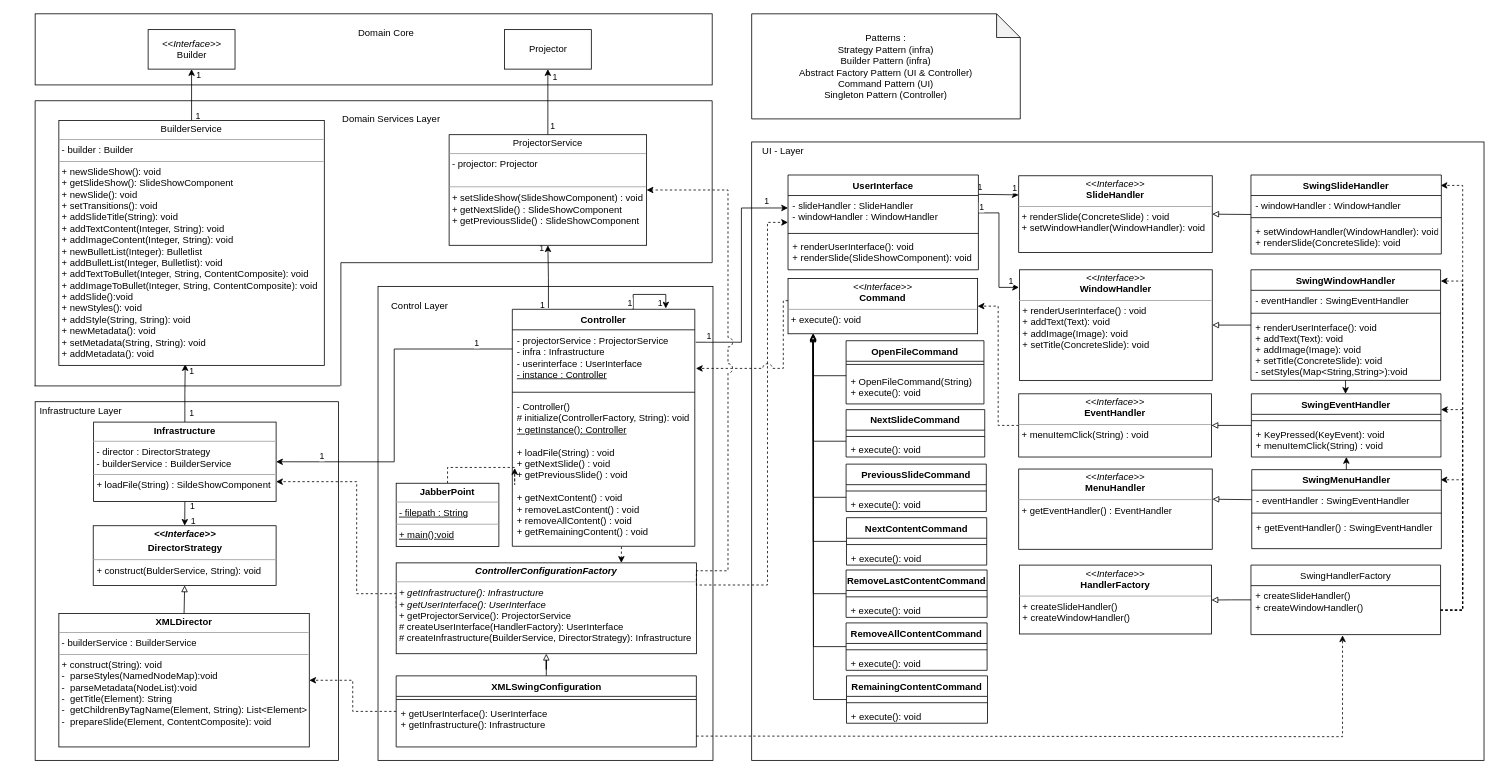
Earlier version of the draw.io diagram Diagrams/NewDesign/Design with feature/LayersDesignFeatureRequest.drawio (maartendekker1998/OU_jabberpoint). Source tidied: cells renumbered, new cells numbered last; positions are measured from the earlier drawing's top-left corner, leaving out a move shared by most shapes. Both pictures are drawn from the tidied source at 79%, with x=0, y=0 at pixel (13, 13).
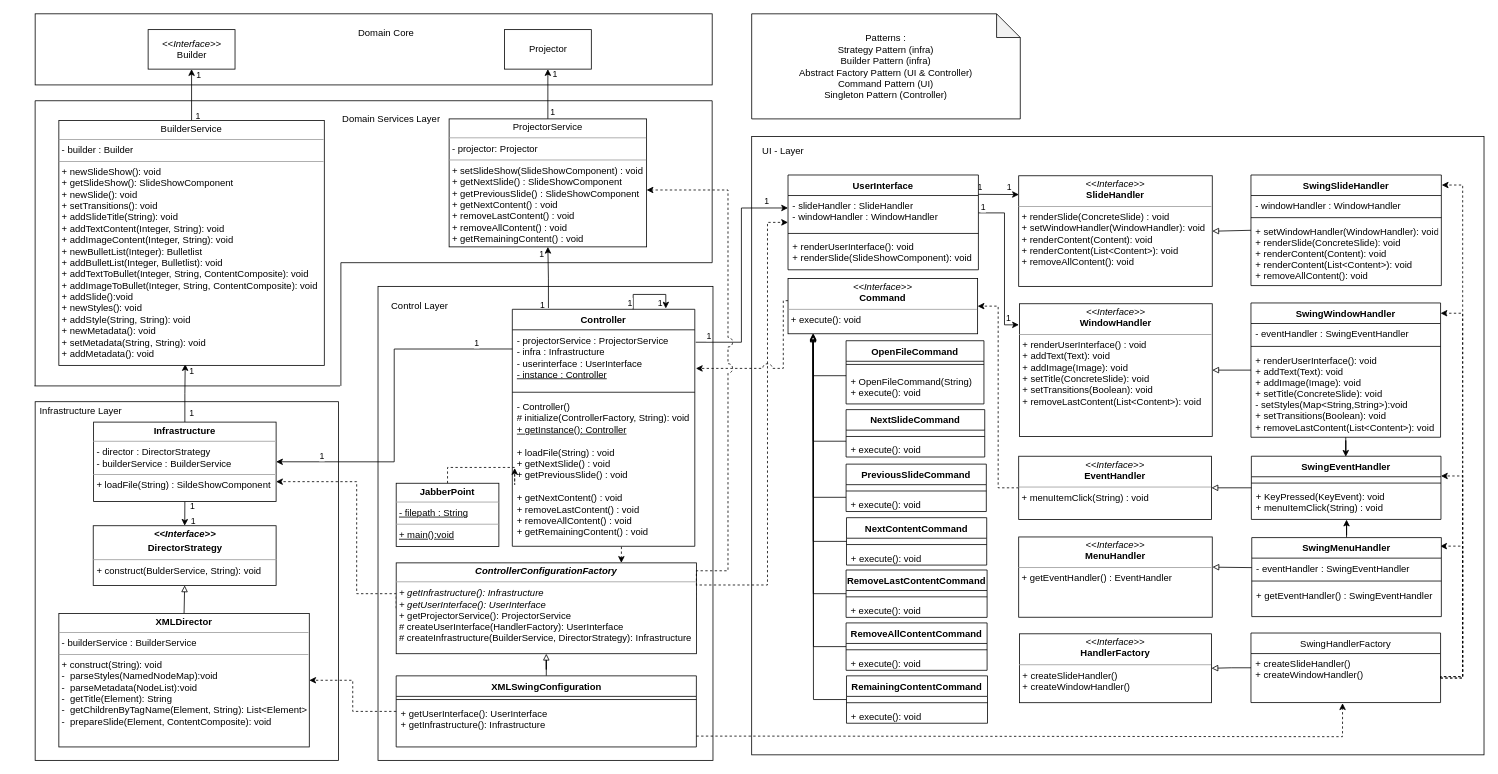
After the change.

Unchanged cells that the change refers to:
```xml
<mxCell id="12" style="edgeStyle=orthogonalEdgeStyle;rounded=0;jettySize=auto;html=1;entryX=0.5;entryY=1;entryDx=0;entryDy=0;endArrow=classic;endFill=1;exitX=0.198;exitY=-0.005;exitDx=0;exitDy=0;exitPerimeter=0;" parent="1" edge="1" source="15" target="27">
  <mxGeometry relative="1" as="geometry" />
</mxCell>
<mxCell id="36" value="- slideHandler : SlideHandler&#10;- windowHandler : WindowHandler" style="text;strokeColor=none;fillColor=none;align=left;verticalAlign=top;spacingLeft=4;spacingRight=4;overflow=hidden;points=[[0,0.5],[1,0.5]];portConstraint=eastwest;" parent="35" vertex="1">
  <mxGeometry y="26" width="241" height="44" as="geometry" />
</mxCell>
<mxCell id="44" value="+ KeyPressed(KeyEvent): void&#10;+ menuItemClick(String) : void" style="text;strokeColor=none;fillColor=none;align=left;verticalAlign=top;spacingLeft=4;spacingRight=4;overflow=hidden;points=[[0,0.5],[1,0.5]];portConstraint=eastwest;" parent="41" vertex="1">
  <mxGeometry y="38" width="240" height="42" as="geometry" />
</mxCell>
<mxCell id="77" value="+ createSlideHandler()&#10;+ createWindowHandler()" style="text;strokeColor=none;fillColor=none;align=left;verticalAlign=top;spacingLeft=4;spacingRight=4;overflow=hidden;points=[[0,0.5],[1,0.5]];portConstraint=eastwest;" parent="76" vertex="1">
  <mxGeometry y="26" width="240" height="62" as="geometry" />
</mxCell>
<mxCell id="89" value="&lt;p style=&quot;margin:0px;margin-top:4px;text-align:center;&quot;&gt;&lt;b&gt;&lt;i&gt;ControllerConfigurationFactory&lt;/i&gt;&lt;/b&gt;&lt;/p&gt;&lt;hr size=&quot;1&quot;&gt;&lt;p style=&quot;margin:0px;margin-left:4px;&quot;&gt;&lt;/p&gt;&lt;p style=&quot;margin:0px;margin-left:4px;&quot;&gt;&lt;i&gt;+ getInfrastructure(): Infrastructure&lt;/i&gt;&lt;/p&gt;&lt;p style=&quot;margin:0px;margin-left:4px;&quot;&gt;&lt;i&gt;+ getUserInterface(): UserInterface&lt;/i&gt;&lt;/p&gt;&lt;p style=&quot;margin:0px;margin-left:4px;&quot;&gt;+ getProjectorService(): ProjectorService&lt;/p&gt;&lt;p style=&quot;margin:0px;margin-left:4px;&quot;&gt;# createUserInterface(HandlerFactory): UserInterface&lt;/p&gt;&lt;p style=&quot;margin:0px;margin-left:4px;&quot;&gt;# createInfrastructure(BuilderService, DirectorStrategy): Infrastructure&lt;/p&gt;" style="verticalAlign=top;align=left;overflow=fill;fontSize=12;fontFamily=Helvetica;html=1;" parent="1" vertex="1">
  <mxGeometry x="484" y="695" width="380" height="115" as="geometry" />
</mxCell>
```

The edit, as a diff of the source:
```diff
@@
     <mxCell id="3" style="rounded=0;whiteSpace=wrap;html=1;" parent="1" vertex="1">
-      <mxGeometry x="934" y="162.2" width="927" height="782.8" as="geometry" />
+      <mxGeometry x="934" y="155.2" width="927" height="782.8" as="geometry" />
     </mxCell>
@@
     <mxCell id="14" value="1" style="edgeLabel;html=1;align=center;verticalAlign=middle;" parent="12" vertex="1">
       <mxGeometry x="0.46" y="-1" relative="1" as="geometry">
-        <mxPoint x="-10" y="-18" as="offset" />
+        <mxPoint x="-10" y="-13" as="offset" />
       </mxGeometry>
     </mxCell>
@@
-    <mxCell id="27" value="&lt;p style=&quot;margin:0px;margin-top:4px;text-align:center;&quot;&gt;ProjectorService&lt;/p&gt;&lt;hr size=&quot;1&quot;&gt;&lt;p style=&quot;margin:0px;margin-left:4px;&quot;&gt;- projector: Projector&lt;/p&gt;&lt;p style=&quot;margin:0px;margin-left:4px;&quot;&gt;&lt;br&gt;&lt;/p&gt;&lt;hr size=&quot;1&quot;&gt;&lt;p style=&quot;margin:0px;margin-left:4px;&quot;&gt;+ setSlideShow(SlideShowComponent) : void&lt;/p&gt;&lt;p style=&quot;margin:0px;margin-left:4px;&quot;&gt;+ getNextSlide() : SlideShowComponent&lt;/p&gt;&lt;p style=&quot;margin:0px;margin-left:4px;&quot;&gt;+ getPreviousSlide() : SlideShowComponent&lt;/p&gt;" style="verticalAlign=top;align=left;overflow=fill;fontSize=12;fontFamily=Helvetica;html=1;" parent="1" vertex="1">
-      <mxGeometry x="551" y="153" width="250" height="140" as="geometry" />
+    <mxCell id="27" value="&lt;p style=&quot;margin:0px;margin-top:4px;text-align:center;&quot;&gt;ProjectorService&lt;/p&gt;&lt;hr size=&quot;1&quot;&gt;&lt;p style=&quot;margin:0px;margin-left:4px;&quot;&gt;- projector: Projector&lt;/p&gt;&lt;hr size=&quot;1&quot;&gt;&lt;p style=&quot;margin:0px;margin-left:4px;&quot;&gt;+ setSlideShow(SlideShowComponent) : void&lt;/p&gt;&lt;p style=&quot;margin:0px;margin-left:4px;&quot;&gt;+ getNextSlide() : SlideShowComponent&lt;/p&gt;&lt;p style=&quot;margin:0px;margin-left:4px;&quot;&gt;+ getPreviousSlide() : SlideShowComponent&lt;/p&gt;&lt;p style=&quot;margin:0px;margin-left:4px;&quot;&gt;+ getNextContent() : void&lt;br&gt;+ removeLastContent() : void&lt;br&gt;+ removeAllContent() : void&lt;br&gt;+ getRemainingContent() : void&lt;br&gt;&lt;/p&gt;" style="verticalAlign=top;align=left;overflow=fill;fontSize=12;fontFamily=Helvetica;html=1;" parent="1" vertex="1">
+      <mxGeometry x="551" y="133" width="250" height="162" as="geometry" />
     </mxCell>
@@
-    <mxCell id="32" style="edgeStyle=orthogonalEdgeStyle;rounded=0;jumpStyle=arc;jumpSize=10;jettySize=auto;html=1;entryX=0;entryY=0.25;entryDx=0;entryDy=0;startArrow=none;startFill=0;endArrow=classic;endFill=1;exitX=0.996;exitY=-0.034;exitDx=0;exitDy=0;exitPerimeter=0;" parent="1" edge="1" source="36" target="83">
+    <mxCell id="32" style="edgeStyle=orthogonalEdgeStyle;rounded=0;jumpStyle=arc;jumpSize=10;jettySize=auto;html=1;entryX=0.001;entryY=0.17;entryDx=0;entryDy=0;startArrow=none;startFill=0;endArrow=classic;endFill=1;exitX=0.996;exitY=-0.034;exitDx=0;exitDy=0;exitPerimeter=0;entryPerimeter=0;" parent="1" edge="1" source="36" target="83">
       <mxGeometry relative="1" as="geometry" />
     </mxCell>
@@
     <mxCell id="34" value="1" style="edgeLabel;html=1;align=center;verticalAlign=middle;" parent="32" vertex="1">
       <mxGeometry x="0.65" relative="1" as="geometry">
-        <mxPoint x="3" y="-9" as="offset" />
+        <mxPoint x="-3" y="-9" as="offset" />
       </mxGeometry>
     </mxCell>
@@
     <mxCell id="41" value="SwingEventHandler" style="swimlane;fontStyle=1;align=center;verticalAlign=top;horizontal=1;startSize=26;" parent="1" vertex="1">
-      <mxGeometry x="1566.5" y="481" width="240" height="80" as="geometry" />
+      <mxGeometry x="1566.5" y="560" width="240" height="80" as="geometry" />
     </mxCell>
@@
-    <mxCell id="52" style="edgeStyle=orthogonalEdgeStyle;rounded=0;jumpStyle=arc;jumpSize=12;jettySize=auto;html=1;startArrow=none;startFill=0;endArrow=classic;endFill=1;entryX=0.833;entryY=0.466;entryDx=0;entryDy=0;entryPerimeter=0;exitX=0.499;exitY=0.998;exitDx=0;exitDy=0;exitPerimeter=0;" parent="1" edge="1" source="56">
-      <mxGeometry relative="1" as="geometry">
-        <mxPoint x="1685.7" y="481.1" as="targetPoint" />
-      </mxGeometry>
-    </mxCell>
+    <mxCell id="149" style="edgeStyle=orthogonalEdgeStyle;rounded=0;jettySize=auto;html=1;entryX=0.498;entryY=0.008;entryDx=0;entryDy=0;entryPerimeter=0;" parent="1" edge="1" source="53" target="41">
+      <mxGeometry relative="1" as="geometry" />
+    </mxCell>
     <mxCell id="53" value="SwingWindowHandler" style="swimlane;fontStyle=1;align=center;verticalAlign=top;horizontal=1;startSize=26;" parent="1" vertex="1">
-      <mxGeometry x="1566" y="324" width="240" height="140" as="geometry" />
+      <mxGeometry x="1566" y="366" width="240" height="170" as="geometry" />
     </mxCell>
@@
-    <mxCell id="56" value="+ renderUserInterface(): void&#10;+ addText(Text): void&#10;+ addImage(Image): void&#10;+ setTitle(ConcreteSlide): void&#10;- setStyles(Map&lt;String,String&gt;):void&#10;&#10;" style="text;strokeColor=none;fillColor=none;align=left;verticalAlign=top;spacingLeft=4;spacingRight=4;overflow=hidden;points=[[0,0.5],[1,0.5]];portConstraint=eastwest;" parent="53" vertex="1">
-      <mxGeometry y="60" width="240" height="80" as="geometry" />
+    <mxCell id="56" value="+ renderUserInterface(): void&#10;+ addText(Text): void&#10;+ addImage(Image): void&#10;+ setTitle(ConcreteSlide): void&#10;- setStyles(Map&lt;String,String&gt;):void&#10;+ setTransitions(Boolean): void&#10;+ removeLastContent(List&lt;Content&gt;): void&#10;" style="text;strokeColor=none;fillColor=none;align=left;verticalAlign=top;spacingLeft=4;spacingRight=4;overflow=hidden;points=[[0,0.5],[1,0.5]];portConstraint=eastwest;" parent="53" vertex="1">
+      <mxGeometry y="60" width="240" height="110" as="geometry" />
     </mxCell>
@@
     <mxCell id="70" value="&lt;p style=&quot;margin:0px;margin-top:4px;text-align:center;&quot;&gt;&lt;i&gt;&amp;lt;&amp;lt;Interface&amp;gt;&amp;gt;&lt;/i&gt;&lt;br&gt;&lt;b&gt;HandlerFactory&lt;/b&gt;&lt;/p&gt;&lt;hr size=&quot;1&quot;&gt;&lt;p style=&quot;margin:0px;margin-left:4px;&quot;&gt;&lt;span style=&quot;background-color: initial;&quot;&gt;+ createSlideHandler()&lt;/span&gt;&lt;br&gt;&lt;/p&gt;&lt;p style=&quot;margin:0px;margin-left:4px;&quot;&gt;+ createWindowHandler()&lt;/p&gt;" style="verticalAlign=top;align=left;overflow=fill;fontSize=12;fontFamily=Helvetica;html=1;" parent="1" vertex="1">
-      <mxGeometry x="1273" y="697.8" width="243" height="87.2" as="geometry" />
+      <mxGeometry x="1273" y="784.8" width="243" height="87.2" as="geometry" />
     </mxCell>
-    <mxCell id="71" style="edgeStyle=orthogonalEdgeStyle;rounded=0;jettySize=auto;html=1;endArrow=block;endFill=0;" parent="1" edge="1" source="76">
-      <mxGeometry relative="1" as="geometry">
-        <mxPoint x="1516" y="742" as="targetPoint" />
-      </mxGeometry>
+    <mxCell id="71" style="edgeStyle=orthogonalEdgeStyle;rounded=0;jettySize=auto;html=1;endArrow=block;endFill=0;" parent="1" edge="1" source="76" target="70">
+      <mxGeometry relative="1" as="geometry" />
     </mxCell>
-    <mxCell id="72" style="edgeStyle=orthogonalEdgeStyle;rounded=0;jumpStyle=none;jumpSize=12;jettySize=auto;html=1;entryX=0.996;entryY=0.128;entryDx=0;entryDy=0;entryPerimeter=0;startArrow=none;startFill=0;endArrow=classic;endFill=1;exitX=1;exitY=0.5;exitDx=0;exitDy=0;dashed=1;" parent="1" edge="1" source="77" target="104">
+    <mxCell id="72" style="edgeStyle=orthogonalEdgeStyle;rounded=0;jumpStyle=none;jumpSize=12;jettySize=auto;html=1;entryX=0.994;entryY=0.108;entryDx=0;entryDy=0;entryPerimeter=0;startArrow=none;startFill=0;endArrow=classic;endFill=1;exitX=1;exitY=0.5;exitDx=0;exitDy=0;dashed=1;" parent="1" edge="1" source="77" target="104">
       <mxGeometry relative="1" as="geometry">
         <Array as="points">
-          <mxPoint x="1834" y="755" />
-          <mxPoint x="1834" y="590" />
+          <mxPoint x="1806" y="839" />
+          <mxPoint x="1834" y="839" />
+          <mxPoint x="1834" y="674" />
         </Array>
       </mxGeometry>
     </mxCell>
-    <mxCell id="73" style="edgeStyle=orthogonalEdgeStyle;rounded=0;jumpStyle=none;jumpSize=12;jettySize=auto;html=1;entryX=1;entryY=0.25;entryDx=0;entryDy=0;dashed=1;startArrow=none;startFill=0;endArrow=classic;endFill=1;exitX=1;exitY=0.5;exitDx=0;exitDy=0;" parent="1" edge="1" source="77" target="41">
+    <mxCell id="73" style="edgeStyle=orthogonalEdgeStyle;rounded=0;jumpStyle=none;jumpSize=12;jettySize=auto;html=1;dashed=1;startArrow=none;startFill=0;endArrow=classic;endFill=1;exitX=1;exitY=0.5;exitDx=0;exitDy=0;" parent="1" edge="1" source="77" target="41">
       <mxGeometry relative="1" as="geometry">
         <Array as="points">
-          <mxPoint x="1834" y="755" />
-          <mxPoint x="1834" y="501" />
+          <mxPoint x="1806" y="839" />
+          <mxPoint x="1834" y="839" />
+          <mxPoint x="1834" y="585" />
         </Array>
       </mxGeometry>
     </mxCell>
-    <mxCell id="74" style="edgeStyle=orthogonalEdgeStyle;rounded=0;jumpStyle=none;jumpSize=12;jettySize=auto;html=1;entryX=1.001;entryY=0.102;entryDx=0;entryDy=0;entryPerimeter=0;dashed=1;startArrow=none;startFill=0;endArrow=classic;endFill=1;exitX=1;exitY=0.5;exitDx=0;exitDy=0;" parent="1" edge="1" source="77" target="53">
+    <mxCell id="74" style="edgeStyle=orthogonalEdgeStyle;rounded=0;jumpStyle=none;jumpSize=12;jettySize=auto;html=1;dashed=1;startArrow=none;startFill=0;endArrow=classic;endFill=1;exitX=1;exitY=0.5;exitDx=0;exitDy=0;" parent="1" edge="1" source="77">
       <mxGeometry relative="1" as="geometry">
+        <mxPoint x="1806" y="379" as="targetPoint" />
         <Array as="points">
-          <mxPoint x="1834" y="755" />
-          <mxPoint x="1834" y="338" />
+          <mxPoint x="1834" y="841" />
+          <mxPoint x="1834" y="379" />
         </Array>
       </mxGeometry>
     </mxCell>
-    <mxCell id="75" style="edgeStyle=orthogonalEdgeStyle;rounded=0;jumpStyle=none;jumpSize=12;jettySize=auto;html=1;entryX=0.996;entryY=0.132;entryDx=0;entryDy=0;entryPerimeter=0;dashed=1;startArrow=none;startFill=0;endArrow=classic;endFill=1;exitX=1;exitY=0.5;exitDx=0;exitDy=0;" parent="1" edge="1" source="77" target="98">
+    <mxCell id="75" style="edgeStyle=orthogonalEdgeStyle;rounded=0;jumpStyle=none;jumpSize=12;jettySize=auto;html=1;entryX=1.002;entryY=0.091;entryDx=0;entryDy=0;entryPerimeter=0;dashed=1;startArrow=none;startFill=0;endArrow=classic;endFill=1;exitX=1;exitY=0.5;exitDx=0;exitDy=0;" parent="1" edge="1" source="77" target="98">
       <mxGeometry relative="1" as="geometry">
         <Array as="points">
-          <mxPoint x="1834" y="755" />
+          <mxPoint x="1834" y="841" />
           <mxPoint x="1834" y="217" />
         </Array>
       </mxGeometry>
     </mxCell>
     <mxCell id="76" value="SwingHandlerFactory" style="swimlane;fontStyle=0;horizontal=1;startSize=26;fillColor=none;" parent="1" vertex="1">
-      <mxGeometry x="1566" y="697.8" width="240" height="88" as="geometry" />
+      <mxGeometry x="1566" y="783.8" width="240" height="88" as="geometry" />
     </mxCell>
@@
-    <mxCell id="82" value="&lt;p style=&quot;margin:0px;margin-top:4px;text-align:center;&quot;&gt;&lt;i&gt;&amp;lt;&amp;lt;Interface&amp;gt;&amp;gt;&lt;/i&gt;&lt;br&gt;&lt;b&gt;WindowHandler&lt;/b&gt;&lt;/p&gt;&lt;hr size=&quot;1&quot;&gt;&lt;p style=&quot;margin:0px;margin-left:4px;&quot;&gt;+ renderUserInterface() : void&lt;/p&gt;&lt;p style=&quot;margin:0px;margin-left:4px;&quot;&gt;+ addText(Text): void&lt;/p&gt;&lt;p style=&quot;margin:0px;margin-left:4px;&quot;&gt;+ addImage(Image): void&lt;/p&gt;&lt;p style=&quot;margin:0px;margin-left:4px;&quot;&gt;+ setTitle(ConcreteSlide): void&lt;/p&gt;&lt;p style=&quot;margin:0px;margin-left:4px;&quot;&gt;&lt;br&gt;&lt;/p&gt;" style="verticalAlign=top;align=left;overflow=fill;fontSize=12;fontFamily=Helvetica;html=1;" parent="1" vertex="1">
-      <mxGeometry x="1273" y="324" width="244" height="140" as="geometry" />
+    <mxCell id="82" value="&lt;p style=&quot;margin:0px;margin-top:4px;text-align:center;&quot;&gt;&lt;i&gt;&amp;lt;&amp;lt;Interface&amp;gt;&amp;gt;&lt;/i&gt;&lt;br&gt;&lt;b&gt;WindowHandler&lt;/b&gt;&lt;/p&gt;&lt;hr size=&quot;1&quot;&gt;&lt;p style=&quot;margin:0px;margin-left:4px;&quot;&gt;+ renderUserInterface() : void&lt;/p&gt;&lt;p style=&quot;margin:0px;margin-left:4px;&quot;&gt;+ addText(Text): void&lt;/p&gt;&lt;p style=&quot;margin:0px;margin-left:4px;&quot;&gt;+ addImage(Image): void&lt;/p&gt;&lt;p style=&quot;margin:0px;margin-left:4px;&quot;&gt;+ setTitle(ConcreteSlide): void&lt;/p&gt;&lt;p style=&quot;margin:0px;margin-left:4px;&quot;&gt;+ setTransitions(Boolean): void&lt;/p&gt;&lt;p style=&quot;margin:0px;margin-left:4px;&quot;&gt;+ removeLastContent(List&amp;lt;Content&amp;gt;): void&lt;/p&gt;" style="verticalAlign=top;align=left;overflow=fill;fontSize=12;fontFamily=Helvetica;html=1;" parent="1" vertex="1">
+      <mxGeometry x="1273" y="367" width="244" height="168" as="geometry" />
     </mxCell>
-    <mxCell id="83" value="&lt;p style=&quot;margin:0px;margin-top:4px;text-align:center;&quot;&gt;&lt;i&gt;&amp;lt;&amp;lt;Interface&amp;gt;&amp;gt;&lt;/i&gt;&lt;br&gt;&lt;b&gt;SlideHandler&lt;/b&gt;&lt;/p&gt;&lt;hr size=&quot;1&quot;&gt;&lt;p style=&quot;margin:0px;margin-left:4px;&quot;&gt;+ renderSlide(ConcreteSlide) : void&lt;/p&gt;&lt;p style=&quot;margin:0px;margin-left:4px;&quot;&gt;+ setWindowHandler(WindowHandler): void&lt;/p&gt;&lt;p style=&quot;margin:0px;margin-left:4px;&quot;&gt;&lt;br&gt;&lt;/p&gt;" style="verticalAlign=top;align=left;overflow=fill;fontSize=12;fontFamily=Helvetica;html=1;" parent="1" vertex="1">
-      <mxGeometry x="1272" y="205" width="245" height="97" as="geometry" />
+    <mxCell id="83" value="&lt;p style=&quot;margin:0px;margin-top:4px;text-align:center;&quot;&gt;&lt;i&gt;&amp;lt;&amp;lt;Interface&amp;gt;&amp;gt;&lt;/i&gt;&lt;br&gt;&lt;b&gt;SlideHandler&lt;/b&gt;&lt;/p&gt;&lt;hr size=&quot;1&quot;&gt;&lt;p style=&quot;margin:0px;margin-left:4px;&quot;&gt;+ renderSlide(ConcreteSlide) : void&lt;/p&gt;&lt;p style=&quot;margin:0px;margin-left:4px;&quot;&gt;+ setWindowHandler(WindowHandler): void&lt;/p&gt;&lt;p style=&quot;margin:0px;margin-left:4px;&quot;&gt;+ renderContent(Content): void&lt;/p&gt;&lt;p style=&quot;margin:0px;margin-left:4px;&quot;&gt;+ renderContent(List&amp;lt;Content&amp;gt;): void&lt;/p&gt;&lt;p style=&quot;margin:0px;margin-left:4px;&quot;&gt;+ removeAllContent(): void&lt;/p&gt;" style="verticalAlign=top;align=left;overflow=fill;fontSize=12;fontFamily=Helvetica;html=1;" parent="1" vertex="1">
+      <mxGeometry x="1272" y="205" width="245" height="140" as="geometry" />
     </mxCell>
     <mxCell id="84" value="&lt;p style=&quot;margin:0px;margin-top:4px;text-align:center;&quot;&gt;&lt;i&gt;&amp;lt;&amp;lt;Interface&amp;gt;&amp;gt;&lt;/i&gt;&lt;br&gt;&lt;b&gt;EventHandler&lt;/b&gt;&lt;/p&gt;&lt;hr size=&quot;1&quot;&gt;&lt;p style=&quot;margin:0px;margin-left:4px;&quot;&gt;+ menuItemClick(String) : void&lt;/p&gt;" style="verticalAlign=top;align=left;overflow=fill;fontSize=12;fontFamily=Helvetica;html=1;" parent="1" vertex="1">
-      <mxGeometry x="1272" y="481" width="244" height="80" as="geometry" />
+      <mxGeometry x="1272" y="560" width="244" height="80" as="geometry" />
     </mxCell>
@@
     <mxCell id="98" value="SwingSlideHandler" style="swimlane;fontStyle=1;align=center;verticalAlign=top;horizontal=1;startSize=26;" parent="1" vertex="1">
-      <mxGeometry x="1566" y="204" width="241" height="100" as="geometry" />
+      <mxGeometry x="1566" y="204" width="241" height="140" as="geometry" />
     </mxCell>
@@
-    <mxCell id="101" value="+ setWindowHandler(WindowHandler): void&#10;+ renderSlide(ConcreteSlide): void" style="text;strokeColor=none;fillColor=none;align=left;verticalAlign=top;spacingLeft=4;spacingRight=4;overflow=hidden;" parent="98" vertex="1">
-      <mxGeometry y="58" width="241" height="42" as="geometry" />
+    <mxCell id="101" value="+ setWindowHandler(WindowHandler): void&#10;+ renderSlide(ConcreteSlide): void&#10;+ renderContent(Content): void&#10;+ renderContent(List&lt;Content&gt;): void&#10;+ removeAllContent(): void" style="text;strokeColor=none;fillColor=none;align=left;verticalAlign=top;spacingLeft=4;spacingRight=4;overflow=hidden;" parent="98" vertex="1">
+      <mxGeometry y="58" width="241" height="82" as="geometry" />
     </mxCell>
     <mxCell id="102" value="&lt;p style=&quot;margin:0px;margin-top:4px;text-align:center;&quot;&gt;&lt;i&gt;&amp;lt;&amp;lt;Interface&amp;gt;&amp;gt;&lt;/i&gt;&lt;br&gt;&lt;b&gt;MenuHandler&lt;/b&gt;&lt;/p&gt;&lt;hr size=&quot;1&quot;&gt;&lt;p style=&quot;margin:0px;margin-left:4px;&quot;&gt;+ getEventHandler() : EventHandler&lt;/p&gt;&lt;p style=&quot;margin:0px;margin-left:4px;&quot;&gt;&lt;br&gt;&lt;/p&gt;&lt;p style=&quot;margin:0px;margin-left:4px;&quot;&gt;&lt;br&gt;&lt;/p&gt;" style="verticalAlign=top;align=left;overflow=fill;fontSize=12;fontFamily=Helvetica;html=1;" parent="1" vertex="1">
-      <mxGeometry x="1272" y="576.2" width="245" height="101.6" as="geometry" />
+      <mxGeometry x="1272" y="662.2" width="245" height="101.6" as="geometry" />
     </mxCell>
-    <mxCell id="103" style="edgeStyle=orthogonalEdgeStyle;rounded=0;jumpStyle=arc;jumpSize=12;jettySize=auto;html=1;startArrow=none;startFill=0;endArrow=classic;endFill=1;entryX=0.501;entryY=0.999;entryDx=0;entryDy=0;entryPerimeter=0;" parent="1" edge="1" source="104" target="44">
-      <mxGeometry relative="1" as="geometry">
-        <Array as="points">
-          <mxPoint x="1687" y="561" />
-        </Array>
-      </mxGeometry>
+    <mxCell id="103" style="edgeStyle=orthogonalEdgeStyle;rounded=0;jumpStyle=arc;jumpSize=12;jettySize=auto;html=1;startArrow=none;startFill=0;endArrow=classic;endFill=1;entryX=0.502;entryY=1.006;entryDx=0;entryDy=0;entryPerimeter=0;" parent="1" edge="1" source="104" target="44">
+      <mxGeometry relative="1" as="geometry" />
     </mxCell>
     <mxCell id="104" value="SwingMenuHandler" style="swimlane;fontStyle=1;align=center;verticalAlign=top;horizontal=1;startSize=26;" parent="1" vertex="1">
-      <mxGeometry x="1567" y="577" width="240" height="100" as="geometry" />
+      <mxGeometry x="1567" y="663" width="240" height="100" as="geometry" />
     </mxCell>
@@
-    <mxCell id="116" style="edgeStyle=orthogonalEdgeStyle;rounded=0;jettySize=auto;html=1;entryX=1;entryY=0.5;entryDx=0;entryDy=0;dashed=1;startArrow=none;startFill=0;endArrow=classic;endFill=1;exitX=1;exitY=0.25;exitDx=0;exitDy=0;jumpStyle=arc;jumpSize=12;" parent="1" edge="1" source="89" target="27">
+    <mxCell id="116" style="edgeStyle=orthogonalEdgeStyle;rounded=0;jettySize=auto;html=1;dashed=1;startArrow=none;startFill=0;endArrow=classic;endFill=1;exitX=1;exitY=0.25;exitDx=0;exitDy=0;jumpStyle=arc;jumpSize=12;" parent="1" edge="1" source="89" target="27">
       <mxGeometry relative="1" as="geometry">
         <Array as="points">
           <mxPoint x="864" y="705" />
           <mxPoint x="904" y="705" />
           <mxPoint x="904" y="223" />
         </Array>
       </mxGeometry>
     </mxCell>
     <mxCell id="117" style="edgeStyle=orthogonalEdgeStyle;rounded=0;jumpStyle=arc;jumpSize=10;jettySize=auto;html=1;entryX=-0.003;entryY=0.159;entryDx=0;entryDy=0;entryPerimeter=0;startArrow=none;startFill=0;endArrow=classic;endFill=1;" parent="1" edge="1" source="36" target="82">
-      <mxGeometry relative="1" as="geometry" />
+      <mxGeometry relative="1" as="geometry">
+        <Array as="points">
+          <mxPoint x="1254" y="252" />
+          <mxPoint x="1254" y="394" />
+        </Array>
+      </mxGeometry>
     </mxCell>
```
